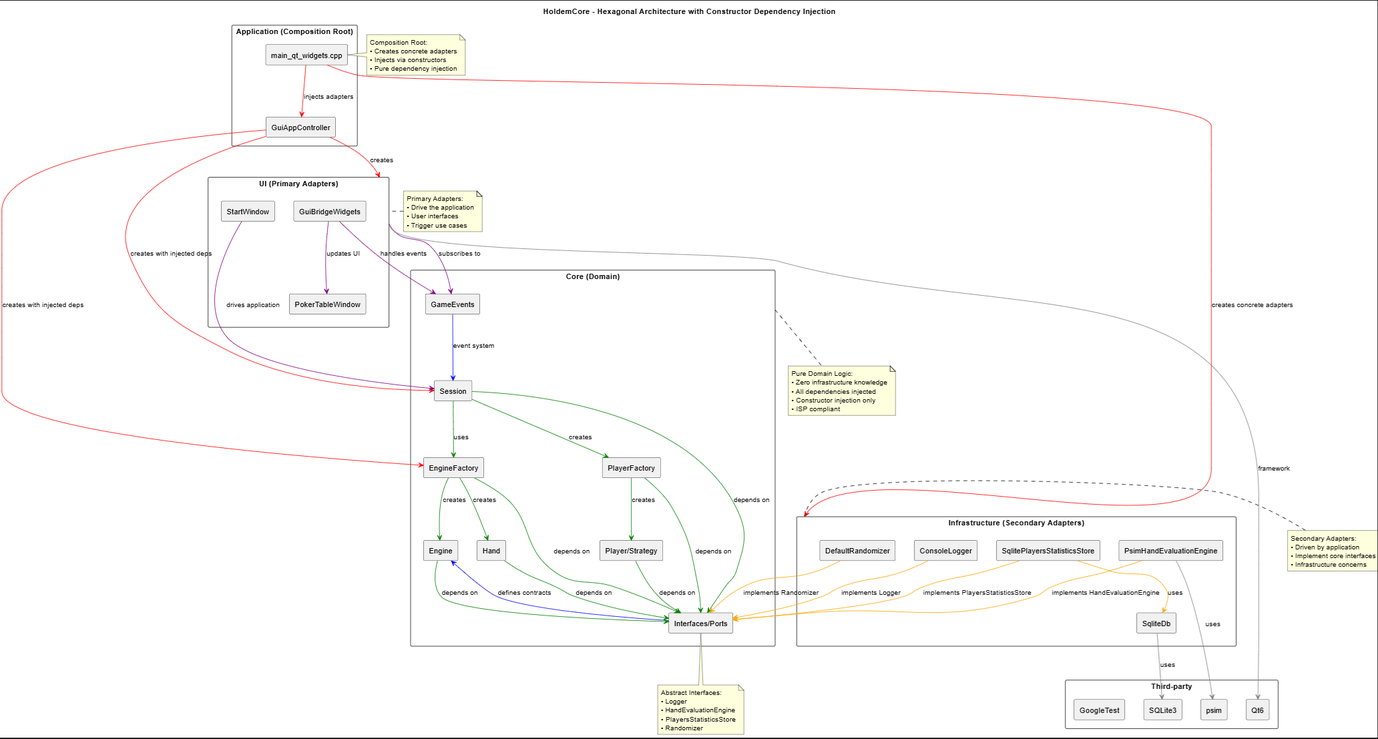
Marcennaji/HoldemCore keeps this PlantUML diagram as doc/architecture.png. Above is the earlier version. Its source is kept beside it as doc/architecture.puml.
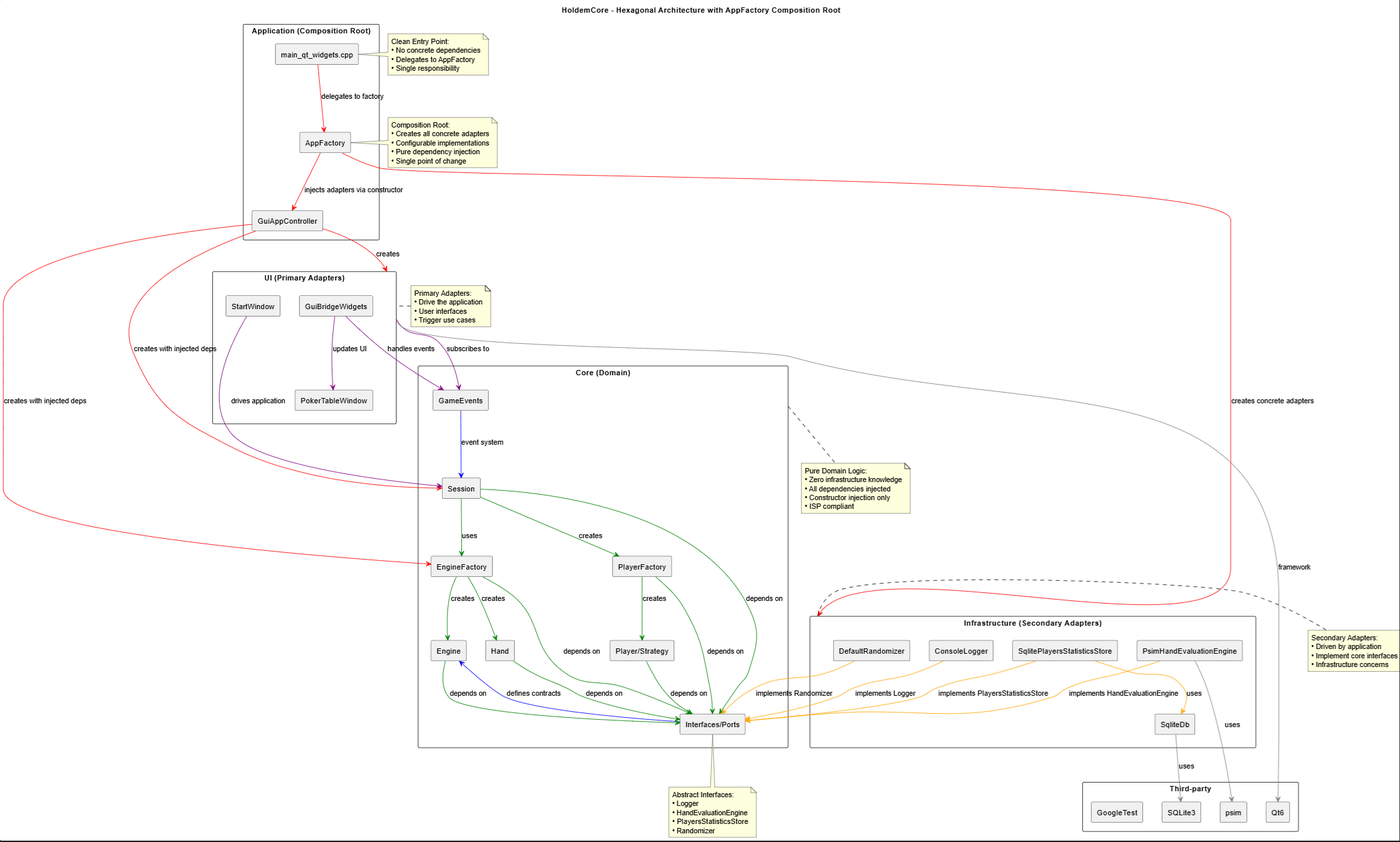
The same file after the commit.

The edit, as a diff of the source:
```diff
@@ -1,5 +1,5 @@
 @startuml
-title HoldemCore – Hexagonal Architecture with Constructor Dependency Injection
+title HoldemCore – Hexagonal Architecture with AppFactory Composition Root
 
 skinparam packageStyle rectangle
 skinparam shadowing false
@@ -18,6 +18,7 @@
 
 package "Application (Composition Root)" as App {
   [main_qt_widgets.cpp] as Main
+  [AppFactory] as AppFactory
   [GuiAppController] as GuiController
 }
 
@@ -56,8 +57,9 @@
 EngineFactory -[#green]-> Ports : depends on
 PlayerFactory -[#green]-> Ports : depends on
 
-Main -[#red]-> Infra : creates concrete adapters
-Main -[#red]-> GuiController : injects adapters
+Main -[#red]-> AppFactory : delegates to factory
+AppFactory -[#red]-> Infra : creates concrete adapters
+AppFactory -[#red]-> GuiController : injects adapters via constructor
 GuiController -[#red]-> Session : creates with injected deps
 GuiController -[#red]-> EngineFactory : creates with injected deps
 GuiController -[#red]-> UI : creates
@@ -77,7 +79,8 @@
 PsimEngine -[#gray]-> psim : uses
 UI -[#gray]-> Qt6 : framework
 
-note right of Main : Composition Root:\n• Creates concrete adapters\n• Injects via constructors\n• Pure dependency injection
+note right of Main : Clean Entry Point:\n• No concrete dependencies\n• Delegates to AppFactory\n• Single responsibility
+note right of AppFactory : Composition Root:\n• Creates all concrete adapters\n• Configurable implementations\n• Pure dependency injection\n• Single point of change
 note bottom of Ports : Abstract Interfaces:\n• Logger\n• HandEvaluationEngine\n• PlayersStatisticsStore\n• Randomizer
 note bottom of Core : Pure Domain Logic:\n• Zero infrastructure knowledge\n• All dependencies injected\n• Constructor injection only\n• ISP compliant
 note left of UI : Primary Adapters:\n• Drive the application\n• User interfaces\n• Trigger use cases
```
